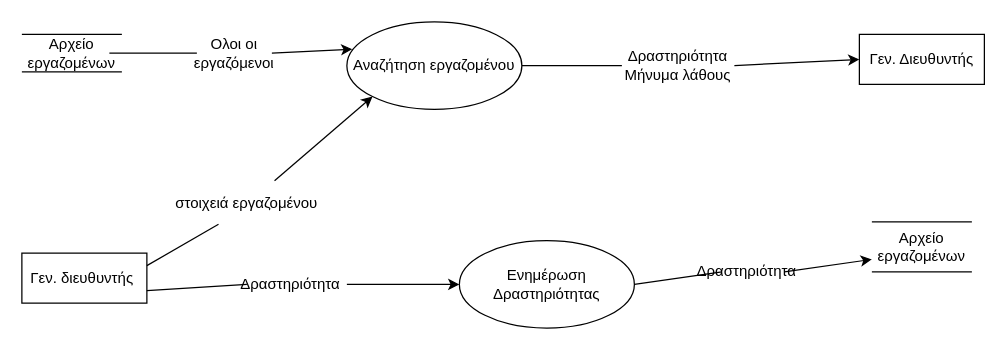
This is drd2a.drawio from vag4me/Information_system, a draw.io file, before an edit. Source tidied: cells renumbered, new cells numbered last; positions are measured from the earlier drawing's top-left corner, leaving out a move shared by most shapes. Both pictures are drawn from the tidied source at 125%, with x=0, y=0 at pixel (21, 21).
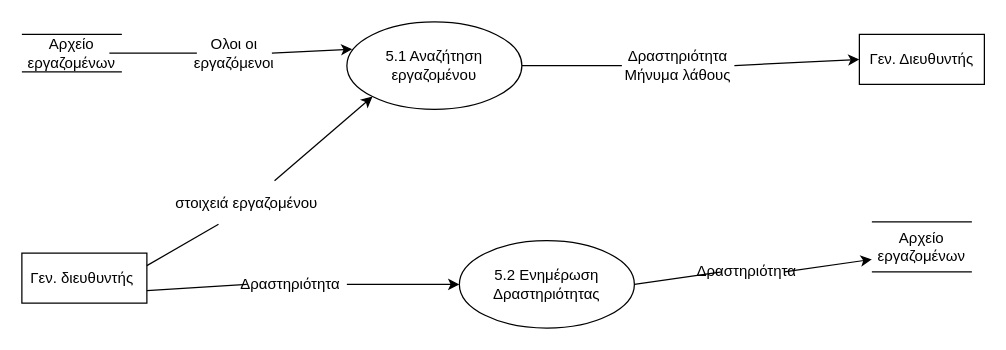
The same page after the edit.

The edit, as a diff of the source:
```diff
@@
-    <mxCell id="3" value="Αναζήτηση εργαζομένου" style="ellipse;whiteSpace=wrap;html=1;align=center;" parent="1" vertex="1">
+    <mxCell id="3" value="5.1 Αναζήτηση εργαζομένου" style="ellipse;whiteSpace=wrap;html=1;align=center;" parent="1" vertex="1">
       <mxGeometry x="260" width="140" height="70" as="geometry" />
     </mxCell>
-    <mxCell id="4" value="Ενημέρωση Δραστηριότητας" style="ellipse;whiteSpace=wrap;html=1;align=center;" parent="1" vertex="1">
+    <mxCell id="4" value="5.2 Ενημέρωση Δραστηριότητας" style="ellipse;whiteSpace=wrap;html=1;align=center;" parent="1" vertex="1">
       <mxGeometry x="350" y="175" width="140" height="70" as="geometry" />
     </mxCell>
```
